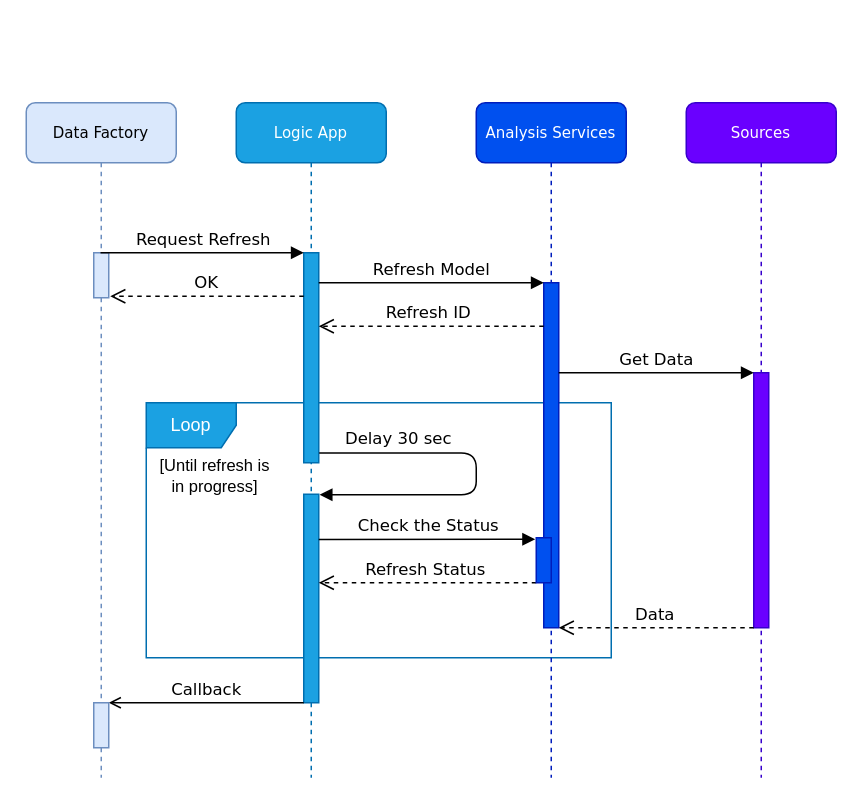
MarczakIO/azure-enterprise-templates keeps this draw.io diagram as data-factory/refresh-analysis-services-logic-app/images/flow.drawio. Above is the earlier version. Source tidied: cells renumbered, new cells numbered last; positions are measured from the earlier drawing's top-left corner, leaving out a move shared by most shapes. Both pictures are drawn from the tidied source at 150%, with x=0, y=0 at pixel (26, 102). Pictures stored in the file or linked from it are replaced by grey dashed boxes.
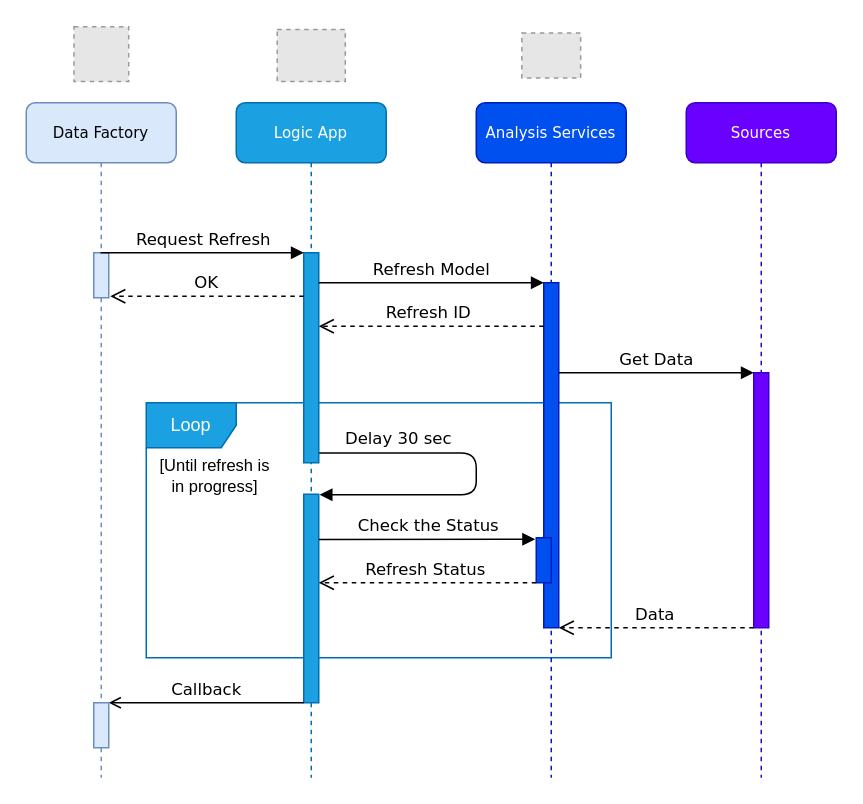
The same page after the edit.

The edit, as a diff of the source:
```diff
@@
+    <mxCell id="25" style="fillColor=#E6E6E6;strokeColor=#999999;dashed=1;verticalLabelPosition=bottom;labelBackgroundColor=#ffffff;verticalAlign=top;" parent="1" vertex="1">
+      <mxGeometry x="31.8" y="-50.6" width="36.5" height="36.5" as="geometry" />
+    </mxCell>
+    <mxCell id="26" style="fillColor=#E6E6E6;strokeColor=#999999;dashed=1;verticalLabelPosition=bottom;labelBackgroundColor=#ffffff;verticalAlign=top;" parent="1" vertex="1">
+      <mxGeometry x="167.3" y="-48.9" width="45.4" height="34.8" as="geometry" />
+    </mxCell>
+    <mxCell id="27" style="fillColor=#E6E6E6;strokeColor=#999999;dashed=1;verticalLabelPosition=bottom;labelBackgroundColor=#ffffff;verticalAlign=top;" parent="1" vertex="1">
+      <mxGeometry x="330.4" y="-46.5" width="39.2" height="30" as="geometry" />
+    </mxCell>
```
